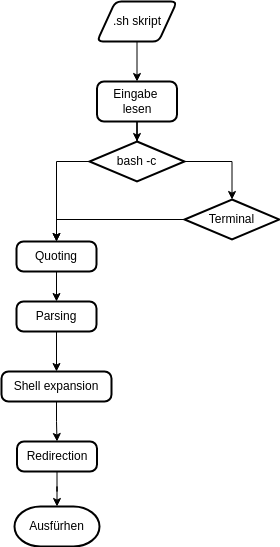
The draw.io diagram assets/img/shell_interpreter.png in lhahner/aspekte-formale-uebersetzung-programmiersprachen, before a commit. Source tidied: cells renumbered, new cells last; positions are measured from the earlier drawing's top-left corner, leaving out a move shared by most shapes.
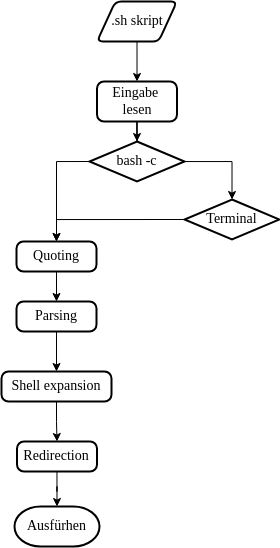
The same diagram one commit later.

Diff of the diagram source:
```diff
@@ -2,62 +2,62 @@
   <root>
     <mxCell id="0" />
     <mxCell id="1" parent="0" />
-    <mxCell id="2" style="edgeStyle=orthogonalEdgeStyle;rounded=0;jettySize=auto;html=1;entryX=0.5;entryY=0;entryDx=0;entryDy=0;" parent="1" edge="1" source="3" target="4">
+    <mxCell id="2" style="edgeStyle=orthogonalEdgeStyle;rounded=0;jettySize=auto;html=1;entryX=0.5;entryY=0;entryDx=0;entryDy=0;fontFamily=Semi Serif;fontSize=14;" parent="1" edge="1" source="3" target="4">
       <mxGeometry relative="1" as="geometry" />
     </mxCell>
-    <mxCell id="3" value=".sh skript" style="shape=parallelogram;html=1;strokeWidth=2;perimeter=parallelogramPerimeter;whiteSpace=wrap;rounded=1;arcSize=12;size=0.23;" parent="1" vertex="1">
+    <mxCell id="3" value=".sh skript" style="shape=parallelogram;html=1;strokeWidth=2;perimeter=parallelogramPerimeter;whiteSpace=wrap;rounded=1;arcSize=12;size=0.23;fontFamily=Semi Serif;fontSize=14;" parent="1" vertex="1">
       <mxGeometry x="95.5" width="80" height="40" as="geometry" />
     </mxCell>
-    <mxCell id="4" value="Eingabe&amp;nbsp;&lt;br&gt;lesen" style="rounded=1;whiteSpace=wrap;html=1;absoluteArcSize=1;arcSize=14;strokeWidth=2;" parent="1" vertex="1">
+    <mxCell id="4" value="Eingabe&amp;nbsp;&lt;br style=&quot;font-size: 14px;&quot;&gt;lesen" style="rounded=1;whiteSpace=wrap;html=1;absoluteArcSize=1;arcSize=14;strokeWidth=2;fontFamily=Semi Serif;fontSize=14;" parent="1" vertex="1">
       <mxGeometry x="95.5" y="80" width="80" height="40" as="geometry" />
     </mxCell>
-    <mxCell id="5" style="edgeStyle=orthogonalEdgeStyle;rounded=0;jettySize=auto;html=1;exitX=0;exitY=0.5;exitDx=0;exitDy=0;exitPerimeter=0;" parent="1" edge="1" source="6" target="12">
+    <mxCell id="5" style="edgeStyle=orthogonalEdgeStyle;rounded=0;jettySize=auto;html=1;exitX=0;exitY=0.5;exitDx=0;exitDy=0;exitPerimeter=0;fontFamily=Semi Serif;fontSize=14;" parent="1" edge="1" source="6" target="12">
       <mxGeometry relative="1" as="geometry" />
     </mxCell>
-    <mxCell id="6" value="bash -c" style="strokeWidth=2;html=1;shape=mxgraph.flowchart.decision;whiteSpace=wrap;" parent="1" vertex="1">
+    <mxCell id="6" value="bash -c" style="strokeWidth=2;html=1;shape=mxgraph.flowchart.decision;whiteSpace=wrap;fontFamily=Semi Serif;fontSize=14;" parent="1" vertex="1">
       <mxGeometry x="88" y="140" width="95" height="40" as="geometry" />
     </mxCell>
-    <mxCell id="7" style="edgeStyle=orthogonalEdgeStyle;rounded=0;jettySize=auto;html=1;exitX=0;exitY=0.5;exitDx=0;exitDy=0;exitPerimeter=0;" parent="1" edge="1" source="8" target="12">
+    <mxCell id="7" style="edgeStyle=orthogonalEdgeStyle;rounded=0;jettySize=auto;html=1;exitX=0;exitY=0.5;exitDx=0;exitDy=0;exitPerimeter=0;fontFamily=Semi Serif;fontSize=14;" parent="1" edge="1" source="8" target="12">
       <mxGeometry relative="1" as="geometry" />
     </mxCell>
-    <mxCell id="8" value="Terminal" style="strokeWidth=2;html=1;shape=mxgraph.flowchart.decision;whiteSpace=wrap;" parent="1" vertex="1">
+    <mxCell id="8" value="Terminal" style="strokeWidth=2;html=1;shape=mxgraph.flowchart.decision;whiteSpace=wrap;fontFamily=Semi Serif;fontSize=14;" parent="1" vertex="1">
       <mxGeometry x="183" y="198" width="95" height="40" as="geometry" />
     </mxCell>
-    <mxCell id="9" style="edgeStyle=orthogonalEdgeStyle;rounded=0;jettySize=auto;html=1;entryX=0.5;entryY=0;entryDx=0;entryDy=0;entryPerimeter=0;" parent="1" edge="1" source="4" target="6">
+    <mxCell id="9" style="edgeStyle=orthogonalEdgeStyle;rounded=0;jettySize=auto;html=1;entryX=0.5;entryY=0;entryDx=0;entryDy=0;entryPerimeter=0;fontFamily=Semi Serif;fontSize=14;" parent="1" edge="1" source="4" target="6">
       <mxGeometry relative="1" as="geometry" />
     </mxCell>
-    <mxCell id="10" style="edgeStyle=orthogonalEdgeStyle;rounded=0;jettySize=auto;html=1;entryX=0.5;entryY=0;entryDx=0;entryDy=0;entryPerimeter=0;" parent="1" edge="1" source="6" target="8">
+    <mxCell id="10" style="edgeStyle=orthogonalEdgeStyle;rounded=0;jettySize=auto;html=1;entryX=0.5;entryY=0;entryDx=0;entryDy=0;entryPerimeter=0;fontFamily=Semi Serif;fontSize=14;" parent="1" edge="1" source="6" target="8">
       <mxGeometry relative="1" as="geometry">
         <Array as="points">
           <mxPoint x="230.5" y="160" />
         </Array>
       </mxGeometry>
     </mxCell>
-    <mxCell id="11" style="edgeStyle=orthogonalEdgeStyle;rounded=0;jettySize=auto;html=1;entryX=0.5;entryY=0;entryDx=0;entryDy=0;" parent="1" edge="1" source="12" target="14">
+    <mxCell id="11" style="edgeStyle=orthogonalEdgeStyle;rounded=0;jettySize=auto;html=1;entryX=0.5;entryY=0;entryDx=0;entryDy=0;fontFamily=Semi Serif;fontSize=14;" parent="1" edge="1" source="12" target="14">
       <mxGeometry relative="1" as="geometry" />
     </mxCell>
-    <mxCell id="12" value="Quoting" style="rounded=1;whiteSpace=wrap;html=1;absoluteArcSize=1;arcSize=14;strokeWidth=2;" parent="1" vertex="1">
+    <mxCell id="12" value="Quoting" style="rounded=1;whiteSpace=wrap;html=1;absoluteArcSize=1;arcSize=14;strokeWidth=2;fontFamily=Semi Serif;fontSize=14;" parent="1" vertex="1">
       <mxGeometry x="15" y="240" width="80" height="30" as="geometry" />
     </mxCell>
-    <mxCell id="13" style="edgeStyle=orthogonalEdgeStyle;rounded=0;jettySize=auto;html=1;entryX=0.5;entryY=0;entryDx=0;entryDy=0;" parent="1" edge="1" source="14" target="16">
+    <mxCell id="13" style="edgeStyle=orthogonalEdgeStyle;rounded=0;jettySize=auto;html=1;entryX=0.5;entryY=0;entryDx=0;entryDy=0;fontFamily=Semi Serif;fontSize=14;" parent="1" edge="1" source="14" target="16">
       <mxGeometry relative="1" as="geometry" />
     </mxCell>
-    <mxCell id="14" value="Parsing" style="rounded=1;whiteSpace=wrap;html=1;absoluteArcSize=1;arcSize=14;strokeWidth=2;" parent="1" vertex="1">
+    <mxCell id="14" value="Parsing" style="rounded=1;whiteSpace=wrap;html=1;absoluteArcSize=1;arcSize=14;strokeWidth=2;fontFamily=Semi Serif;fontSize=14;" parent="1" vertex="1">
       <mxGeometry x="15" y="300" width="80" height="30" as="geometry" />
     </mxCell>
-    <mxCell id="15" style="edgeStyle=orthogonalEdgeStyle;rounded=0;jettySize=auto;html=1;entryX=0.5;entryY=0;entryDx=0;entryDy=0;" parent="1" edge="1" source="16" target="17">
+    <mxCell id="15" style="edgeStyle=orthogonalEdgeStyle;rounded=0;jettySize=auto;html=1;entryX=0.5;entryY=0;entryDx=0;entryDy=0;fontFamily=Semi Serif;fontSize=14;" parent="1" edge="1" source="16" target="17">
       <mxGeometry relative="1" as="geometry" />
     </mxCell>
-    <mxCell id="16" value="Shell expansion" style="rounded=1;whiteSpace=wrap;html=1;absoluteArcSize=1;arcSize=14;strokeWidth=2;" parent="1" vertex="1">
+    <mxCell id="16" value="Shell expansion" style="rounded=1;whiteSpace=wrap;html=1;absoluteArcSize=1;arcSize=14;strokeWidth=2;fontFamily=Semi Serif;fontSize=14;" parent="1" vertex="1">
       <mxGeometry y="370" width="110" height="30" as="geometry" />
     </mxCell>
-    <mxCell id="17" value="Redirection" style="rounded=1;whiteSpace=wrap;html=1;absoluteArcSize=1;arcSize=14;strokeWidth=2;" parent="1" vertex="1">
+    <mxCell id="17" value="Redirection" style="rounded=1;whiteSpace=wrap;html=1;absoluteArcSize=1;arcSize=14;strokeWidth=2;fontFamily=Semi Serif;fontSize=14;" parent="1" vertex="1">
       <mxGeometry x="15.5" y="440" width="80" height="30" as="geometry" />
     </mxCell>
-    <mxCell id="18" value="Ausfürhen" style="strokeWidth=2;html=1;shape=mxgraph.flowchart.terminator;whiteSpace=wrap;" parent="1" vertex="1">
+    <mxCell id="18" value="Ausfürhen" style="strokeWidth=2;html=1;shape=mxgraph.flowchart.terminator;whiteSpace=wrap;fontFamily=Semi Serif;fontSize=14;" parent="1" vertex="1">
       <mxGeometry x="13" y="505" width="85" height="40" as="geometry" />
     </mxCell>
-    <mxCell id="19" style="edgeStyle=orthogonalEdgeStyle;rounded=0;jettySize=auto;html=1;entryX=0.5;entryY=0;entryDx=0;entryDy=0;entryPerimeter=0;" parent="1" edge="1" source="17" target="18">
+    <mxCell id="19" style="edgeStyle=orthogonalEdgeStyle;rounded=0;jettySize=auto;html=1;entryX=0.5;entryY=0;entryDx=0;entryDy=0;entryPerimeter=0;fontFamily=Semi Serif;fontSize=14;" parent="1" edge="1" source="17" target="18">
       <mxGeometry relative="1" as="geometry" />
     </mxCell>
   </root>
```
